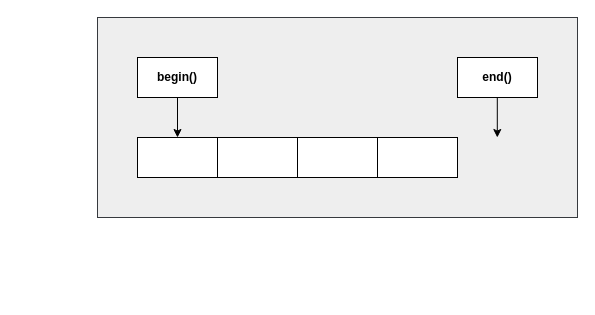
Above: 7.vector/2.drawio in CoderJPLuna/CPP_NOTE (draw.io), before the change. Source tidied: cells renumbered, new cells numbered last; positions are measured from the earlier drawing's top-left corner, leaving out a move shared by most shapes. Both pictures are drawn from the tidied source at 100%, with x=0, y=0 at pixel (97, 17).
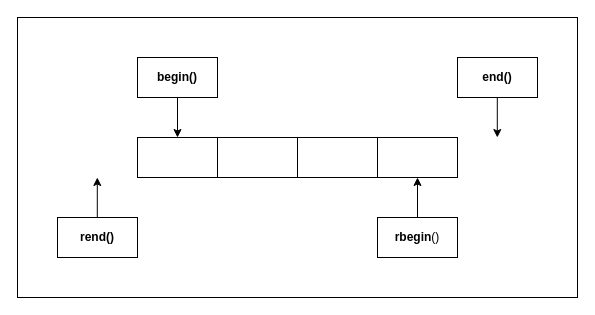
Above is the later version.

Change to the diagram source:
```diff
@@
 <mxGraphModel>
   <root>
     <mxCell id="0" />
     <mxCell id="1" parent="0" />
-    <mxCell id="2" style="rounded=0;whiteSpace=wrap;html=1;fillStyle=auto;fillColor=#eeeeee;strokeColor=#36393d;" parent="1" vertex="1">
-      <mxGeometry width="480" height="200" as="geometry" />
+    <mxCell id="2" style="rounded=0;whiteSpace=wrap;html=1;fillStyle=auto;" parent="1" vertex="1">
+      <mxGeometry x="-80" width="560" height="280" as="geometry" />
     </mxCell>
     <mxCell id="3" style="rounded=0;whiteSpace=wrap;html=1;" parent="1" vertex="1">
       <mxGeometry x="40" y="120" width="80" height="40" as="geometry" />
     </mxCell>
     <mxCell id="4" style="rounded=0;whiteSpace=wrap;html=1;" parent="1" vertex="1">
       <mxGeometry x="120" y="120" width="80" height="40" as="geometry" />
     </mxCell>
     <mxCell id="5" style="rounded=0;whiteSpace=wrap;html=1;" parent="1" vertex="1">
       <mxGeometry x="200" y="120" width="80" height="40" as="geometry" />
     </mxCell>
     <mxCell id="6" style="rounded=0;whiteSpace=wrap;html=1;" parent="1" vertex="1">
       <mxGeometry x="280" y="120" width="80" height="40" as="geometry" />
     </mxCell>
     <mxCell id="7" style="edgeStyle=none;html=1;entryX=0.5;entryY=0;entryDx=0;entryDy=0;" parent="1" edge="1" source="8" target="3">
       <mxGeometry relative="1" as="geometry" />
     </mxCell>
     <mxCell id="8" value="&lt;b&gt;begin()&lt;/b&gt;" style="rounded=0;whiteSpace=wrap;html=1;" parent="1" vertex="1">
       <mxGeometry x="40" y="40" width="80" height="40" as="geometry" />
     </mxCell>
     <mxCell id="9" value="&lt;b&gt;end()&lt;/b&gt;" style="rounded=0;whiteSpace=wrap;html=1;" parent="1" vertex="1">
       <mxGeometry x="360" y="40" width="80" height="40" as="geometry" />
     </mxCell>
     <mxCell id="10" style="endArrow=classic;html=1;rounded=1;labelBackgroundColor=default;strokeColor=default;fontFamily=Helvetica;fontSize=11;fontColor=default;shape=connector;" parent="1" edge="1">
       <mxGeometry relative="1" as="geometry">
         <mxPoint x="399.8" y="80" as="sourcePoint" />
         <mxPoint x="399.8" y="120" as="targetPoint" />
       </mxGeometry>
     </mxCell>
+    <mxCell id="11" value="&lt;b&gt;rend()&lt;/b&gt;" style="rounded=0;whiteSpace=wrap;html=1;" parent="1" vertex="1">
+      <mxGeometry x="-40" y="200" width="80" height="40" as="geometry" />
+    </mxCell>
+    <mxCell id="12" value="&lt;b&gt;rbegin&lt;/b&gt;()" style="rounded=0;whiteSpace=wrap;html=1;" parent="1" vertex="1">
+      <mxGeometry x="280" y="200" width="80" height="40" as="geometry" />
+    </mxCell>
+    <mxCell id="13" style="endArrow=classic;html=1;entryX=0.5;entryY=1;entryDx=0;entryDy=0;exitX=0.5;exitY=0;exitDx=0;exitDy=0;" parent="1" edge="1" source="12" target="6">
+      <mxGeometry relative="1" as="geometry" />
+    </mxCell>
+    <mxCell id="14" style="endArrow=classic;html=1;" parent="1" edge="1">
+      <mxGeometry relative="1" as="geometry">
+        <mxPoint x="-0.2" y="200" as="sourcePoint" />
+        <mxPoint x="-0.2" y="160" as="targetPoint" />
+      </mxGeometry>
+    </mxCell>
   </root>
 </mxGraphModel>
```
